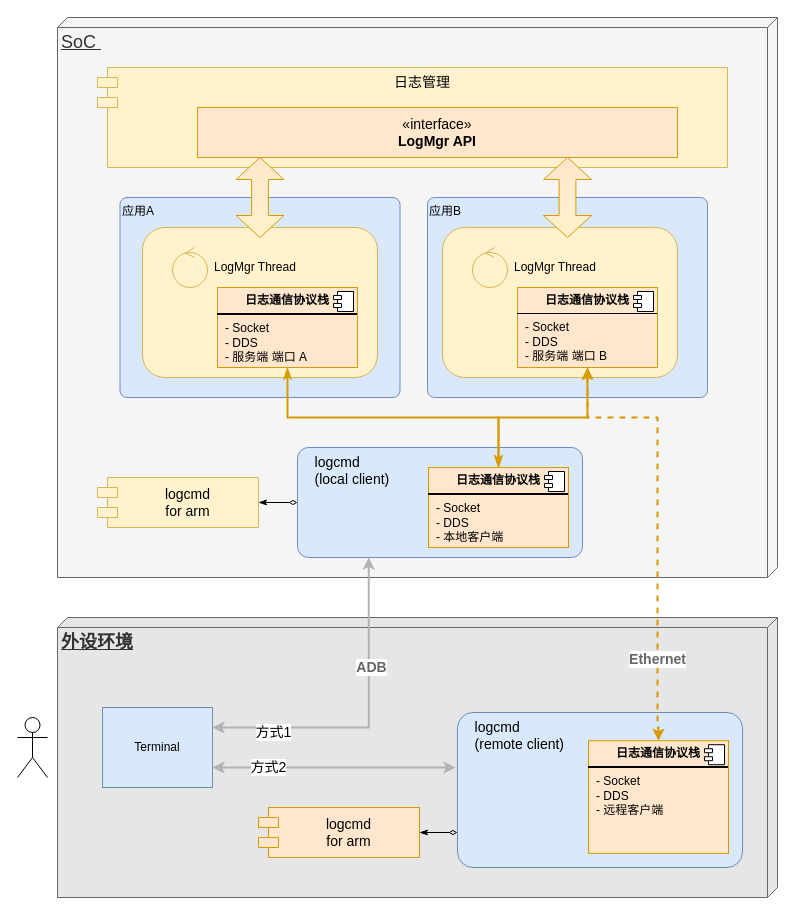
Above: logcmd.drawio in luzizheng/diagrams (draw.io), before the change. Source tidied: cells renumbered, new cells numbered last; positions are measured from the earlier drawing's top-left corner, leaving out a move shared by most shapes. Both pictures are drawn from the tidied source at 100%, with x=0, y=0 at pixel (17, 17).
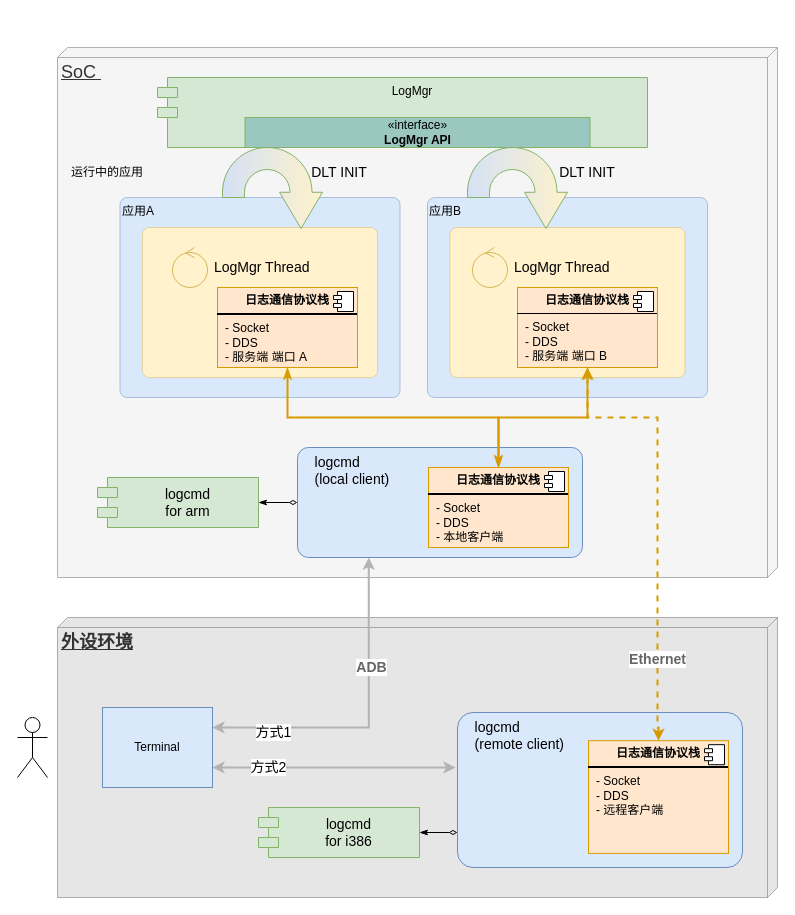
The same diagram, later.

Change to the diagram source:
```diff
@@
-    <mxCell id="2" value="SoC&amp;nbsp;" style="verticalAlign=top;align=left;spacingTop=8;spacingLeft=2;spacingRight=12;shape=cube;size=10;direction=south;fontStyle=4;html=1;whiteSpace=wrap;fillColor=#f5f5f5;fontColor=#333333;strokeColor=#666666;fontSize=18;" parent="1" vertex="1">
-      <mxGeometry x="40" width="720" height="560" as="geometry" />
+    <mxCell id="2" value="SoC&amp;nbsp;" style="verticalAlign=top;align=left;spacingTop=8;spacingLeft=2;spacingRight=12;shape=cube;size=10;direction=south;fontStyle=4;html=1;whiteSpace=wrap;fillColor=#f5f5f5;fontColor=#333333;strokeColor=#666666;fontSize=18;strokeWidth=0.5;" parent="1" vertex="1">
+      <mxGeometry x="40" y="30" width="720" height="530" as="geometry" />
     </mxCell>
-    <mxCell id="3" value="日志管理" style="shape=module;align=left;spacingLeft=20;align=center;verticalAlign=top;whiteSpace=wrap;html=1;fillColor=#fff2cc;strokeColor=#d6b656;fontSize=14;" parent="1" vertex="1">
-      <mxGeometry x="80" y="50" width="630" height="100" as="geometry" />
-    </mxCell>
-    <mxCell id="4" value="«interface»&lt;br&gt;&lt;b&gt;LogMgr API&lt;/b&gt;" style="html=1;whiteSpace=wrap;fillColor=#ffe6cc;strokeColor=#d79b00;fontSize=14;" parent="1" vertex="1">
-      <mxGeometry x="180" y="90" width="480" height="50" as="geometry" />
-    </mxCell>
@@
-    <mxCell id="6" value="logcmd&lt;div&gt;for arm&lt;/div&gt;" style="shape=module;align=center;spacingLeft=20;align=center;verticalAlign=middle;whiteSpace=wrap;html=1;fillColor=#fff2cc;strokeColor=#d6b656;fontSize=14;" parent="1" vertex="1">
+    <mxCell id="6" value="logcmd&lt;div&gt;for arm&lt;/div&gt;" style="shape=module;align=center;spacingLeft=20;align=center;verticalAlign=middle;whiteSpace=wrap;html=1;fillColor=#d5e8d4;strokeColor=#82b366;fontSize=14;" parent="1" vertex="1">
       <mxGeometry x="80" y="460" width="161" height="50" as="geometry" />
     </mxCell>
-    <mxCell id="7" value="外设环境" style="verticalAlign=top;align=left;spacingTop=8;spacingLeft=2;spacingRight=12;shape=cube;size=10;direction=south;fontStyle=5;html=1;whiteSpace=wrap;fontSize=18;fillColor=#E6E6E6;fontColor=#333333;strokeColor=#666666;" parent="1" vertex="1">
+    <mxCell id="7" value="外设环境" style="verticalAlign=top;align=left;spacingTop=8;spacingLeft=2;spacingRight=12;shape=cube;size=10;direction=south;fontStyle=5;html=1;whiteSpace=wrap;fontSize=18;fillColor=#E6E6E6;fontColor=#333333;strokeColor=#666666;strokeWidth=0.5;" parent="1" vertex="1">
       <mxGeometry x="40" y="600" width="720" height="280" as="geometry" />
     </mxCell>
-    <mxCell id="8" value="应用B" style="rounded=1;whiteSpace=wrap;html=1;absoluteArcSize=1;arcSize=14;strokeWidth=1;align=left;verticalAlign=top;strokeColor=#6c8ebf;fillColor=#dae8fc;" parent="1" vertex="1">
+    <mxCell id="8" value="应用B" style="rounded=1;whiteSpace=wrap;html=1;absoluteArcSize=1;arcSize=14;strokeWidth=0.5;align=left;verticalAlign=top;strokeColor=#6c8ebf;fillColor=#dae8fc;" parent="1" vertex="1">
       <mxGeometry x="410" y="180" width="280" height="200" as="geometry" />
     </mxCell>
-    <mxCell id="9" style="rounded=1;whiteSpace=wrap;html=1;fillColor=#fff2cc;strokeColor=#d6b656;fontSize=14;" parent="1" vertex="1">
-      <mxGeometry x="425" y="210" width="235" height="150" as="geometry" />
-    </mxCell>
+    <mxCell id="43" style="rounded=1;whiteSpace=wrap;html=1;absoluteArcSize=1;arcSize=14;strokeWidth=0.5;align=left;verticalAlign=top;strokeColor=#d6b656;fillColor=#fff2cc;fontSize=14;" parent="1" vertex="1">
+      <mxGeometry x="432.5" y="210" width="235" height="150" as="geometry" />
+    </mxCell>
@@
-    <mxCell id="11" value="LogMgr Thread" style="text;html=1;align=left;verticalAlign=middle;whiteSpace=wrap;rounded=0;" parent="1" vertex="1">
+    <mxCell id="11" value="LogMgr Thread" style="text;html=1;align=left;verticalAlign=middle;whiteSpace=wrap;rounded=0;fontSize=14;" parent="1" vertex="1">
       <mxGeometry x="495" y="235" width="120" height="30" as="geometry" />
     </mxCell>
@@
-    <mxCell id="14" value="应用A" style="rounded=1;whiteSpace=wrap;html=1;absoluteArcSize=1;arcSize=14;strokeWidth=1;align=left;verticalAlign=top;strokeColor=#6c8ebf;fillColor=#dae8fc;" parent="1" vertex="1">
+    <mxCell id="14" value="应用A" style="rounded=1;whiteSpace=wrap;html=1;absoluteArcSize=1;arcSize=14;strokeWidth=0.5;align=left;verticalAlign=top;strokeColor=#6c8ebf;fillColor=#dae8fc;" parent="1" vertex="1">
       <mxGeometry x="102.5" y="180" width="280" height="200" as="geometry" />
     </mxCell>
-    <mxCell id="15" style="rounded=1;whiteSpace=wrap;html=1;fillColor=#fff2cc;strokeColor=#d6b656;fontSize=14;" parent="1" vertex="1">
-      <mxGeometry x="125" y="210" width="235" height="150" as="geometry" />
-    </mxCell>
+    <mxCell id="44" style="rounded=1;whiteSpace=wrap;html=1;absoluteArcSize=1;arcSize=14;strokeWidth=0.5;align=left;verticalAlign=top;strokeColor=#d6b656;fillColor=#fff2cc;fontSize=14;" parent="1" vertex="1">
+      <mxGeometry x="125" y="210" width="235" height="150" as="geometry" />
+    </mxCell>
@@
-    <mxCell id="17" value="LogMgr Thread" style="text;html=1;align=left;verticalAlign=middle;whiteSpace=wrap;rounded=0;" parent="1" vertex="1">
+    <mxCell id="17" value="LogMgr Thread" style="text;html=1;align=left;verticalAlign=middle;whiteSpace=wrap;rounded=0;fontSize=14;" parent="1" vertex="1">
       <mxGeometry x="195" y="235" width="120" height="30" as="geometry" />
     </mxCell>
@@
-    <mxCell id="20" style="html=1;shadow=0;dashed=0;align=center;verticalAlign=middle;shape=mxgraph.arrows2.twoWayArrow;dy=0.65;dx=22;direction=south;fillColor=#ffe6cc;strokeColor=#d79b00;gradientDirection=east;gradientColor=#FFF2CC;" parent="1" vertex="1">
-      <mxGeometry x="526" y="140" width="48" height="80" as="geometry" />
-    </mxCell>
-    <mxCell id="21" style="html=1;shadow=0;dashed=0;align=center;verticalAlign=middle;shape=mxgraph.arrows2.twoWayArrow;dy=0.65;dx=22;direction=south;fillColor=#ffe6cc;strokeColor=#d79b00;gradientDirection=east;gradientColor=#FFF2CC;" parent="1" vertex="1">
-      <mxGeometry x="218.5" y="140" width="48" height="80" as="geometry" />
-    </mxCell>
@@
-    <mxCell id="28" style="group;" parent="1" vertex="1">
+    <mxCell id="28" style="group;strokeWidth=0.5;" parent="1" vertex="1">
       <mxGeometry x="280" y="430" width="285" height="110" as="geometry" />
     </mxCell>
@@
-    <mxCell id="32" style="group;" parent="1" vertex="1">
+    <mxCell id="32" style="group;strokeWidth=0.5;" parent="1" vertex="1">
       <mxGeometry x="440" y="695" width="285" height="155" as="geometry" />
     </mxCell>
@@
-    <mxCell id="37" value="logcmd&lt;div&gt;for arm&lt;/div&gt;" style="shape=module;align=center;spacingLeft=20;align=center;verticalAlign=middle;whiteSpace=wrap;html=1;fillColor=#ffe6cc;strokeColor=#d79b00;fontSize=14;" parent="1" vertex="1">
+    <mxCell id="37" value="logcmd&lt;div&gt;for i386&lt;/div&gt;" style="shape=module;align=center;spacingLeft=20;align=center;verticalAlign=middle;whiteSpace=wrap;html=1;fillColor=#d5e8d4;strokeColor=#82b366;fontSize=14;" parent="1" vertex="1">
       <mxGeometry x="241" y="790" width="161" height="50" as="geometry" />
     </mxCell>
@@
+    <mxCell id="45" value="LogMgr" style="shape=module;align=left;spacingLeft=20;align=center;verticalAlign=top;whiteSpace=wrap;html=1;fillColor=#d5e8d4;strokeColor=#82b366;" parent="1" vertex="1">
+      <mxGeometry x="140" y="60" width="490" height="70" as="geometry" />
+    </mxCell>
+    <mxCell id="46" style="html=1;shadow=0;dashed=0;align=center;verticalAlign=middle;shape=mxgraph.arrows2.uTurnArrow;dy=11;arrowHead=43;dx2=36.25;direction=south;fillColor=#FFF2CC;strokeColor=#82b366;gradientColor=#D4E1F5;" parent="1" vertex="1">
+      <mxGeometry x="205" y="130" width="100" height="50" as="geometry" />
+    </mxCell>
+    <mxCell id="4" value="«interface»&lt;br&gt;&lt;b&gt;LogMgr API&lt;/b&gt;" style="html=1;whiteSpace=wrap;fillColor=#9AC7BF;strokeColor=#82b366;" parent="1" vertex="1">
+      <mxGeometry x="227.5" y="100" width="345" height="30" as="geometry" />
+    </mxCell>
+    <mxCell id="47" style="html=1;shadow=0;dashed=0;align=center;verticalAlign=middle;shape=mxgraph.arrows2.uTurnArrow;dy=11;arrowHead=43;dx2=36.25;direction=south;fillColor=#FFF2CC;strokeColor=#82b366;gradientColor=#D4E1F5;" parent="1" vertex="1">
+      <mxGeometry x="450" y="130" width="100" height="50" as="geometry" />
+    </mxCell>
+    <mxCell id="48" value="DLT INIT" style="text;html=1;align=center;verticalAlign=middle;whiteSpace=wrap;rounded=0;fontSize=14;" parent="1" vertex="1">
+      <mxGeometry x="291.5" y="140" width="60" height="30" as="geometry" />
+    </mxCell>
+    <mxCell id="49" value="DLT INIT" style="text;html=1;align=center;verticalAlign=middle;whiteSpace=wrap;rounded=0;fontSize=14;" parent="1" vertex="1">
+      <mxGeometry x="540" y="140" width="60" height="30" as="geometry" />
+    </mxCell>
+    <mxCell id="50" value="运行中的应用" style="text;html=1;align=center;verticalAlign=middle;whiteSpace=wrap;rounded=0;" parent="1" vertex="1">
+      <mxGeometry x="40" y="140" width="100" height="30" as="geometry" />
+    </mxCell>
```
